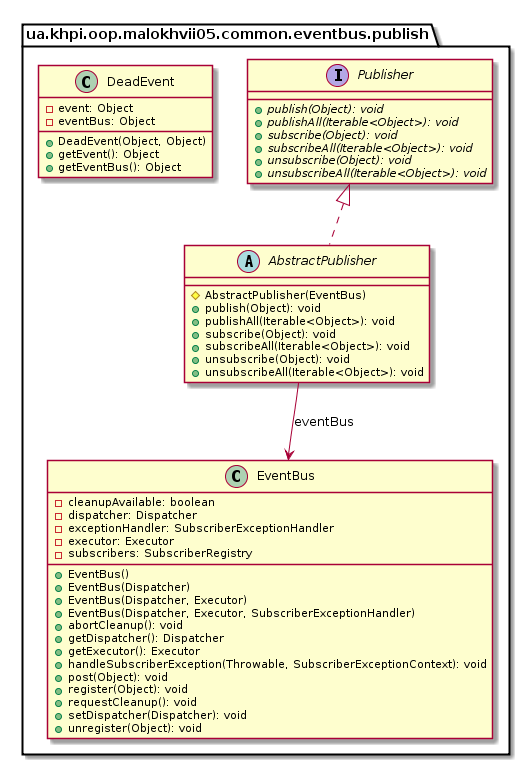
Earlier version of the PlantUML export malokhvii-eduard/malokhvii05/doc/plantuml/png/ua.khpi.oop.malokhvii05.common.eventbus.publish.package.png (P-Kalin/kit26a).
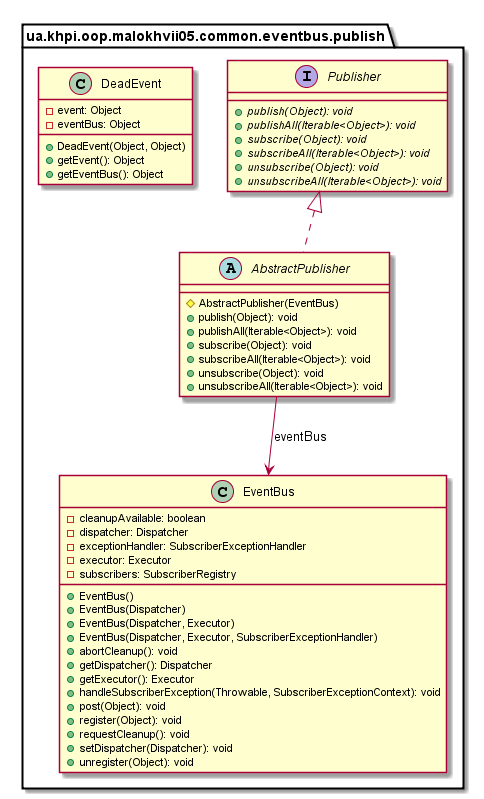
After the change.

Change to the diagram source:
```diff
@@ -2,14 +2,13 @@
 
     namespace ua.khpi.oop.malokhvii05.common.eventbus.publish {
 
-        abstract class AbstractPublisher {
-            #AbstractPublisher(EventBus)
-            +publish(Object): void
-            +publishAll(Iterable<Object>): void
-            +subscribe(Object): void
-            +subscribeAll(Iterable<Object>): void
-            +unsubscribe(Object): void
-            +unsubscribeAll(Iterable<Object>): void
+        interface Publisher {
+            {abstract} +publish(Object): void
+            {abstract} +publishAll(Iterable<Object>): void
+            {abstract} +subscribe(Object): void
+            {abstract} +subscribeAll(Iterable<Object>): void
+            {abstract} +unsubscribe(Object): void
+            {abstract} +unsubscribeAll(Iterable<Object>): void
         }
 
         class EventBus {
@@ -33,21 +32,22 @@
             +unregister(Object): void
         }
 
-        interface Publisher {
-            {abstract} +publish(Object): void
-            {abstract} +publishAll(Iterable<Object>): void
-            {abstract} +subscribe(Object): void
-            {abstract} +subscribeAll(Iterable<Object>): void
-            {abstract} +unsubscribe(Object): void
-            {abstract} +unsubscribeAll(Iterable<Object>): void
-        }
-
         class DeadEvent {
             -event: Object
             -eventBus: Object
             +DeadEvent(Object, Object)
             +getEvent(): Object
             +getEventBus(): Object
+        }
+
+        abstract class AbstractPublisher {
+            #AbstractPublisher(EventBus)
+            +publish(Object): void
+            +publishAll(Iterable<Object>): void
+            +subscribe(Object): void
+            +subscribeAll(Iterable<Object>): void
+            +unsubscribe(Object): void
+            +unsubscribeAll(Iterable<Object>): void
         }
 
         Publisher <|.. AbstractPublisher
```
